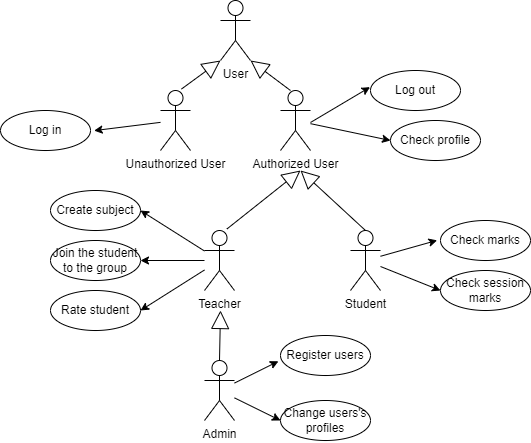
Earlier version of the draw.io export docs/Campus.png (mezidia/User-Interfaces-Design). Source tidied: cells renumbered, new cells last; positions are measured from the earlier drawing's top-left corner, leaving out a move shared by most shapes.
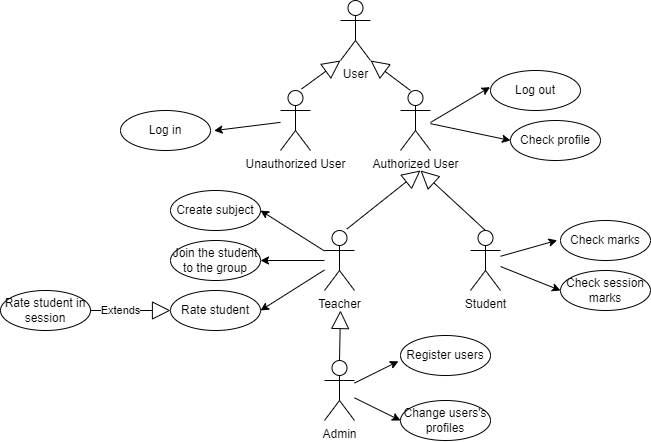
Above is the later version.

Commit message:
📝: add "Rate student in session"

Diff of the diagram source:
```diff
@@ -103,5 +103,11 @@
     <mxCell id="32" value="Rate student" style="ellipse;whiteSpace=wrap;html=1;" parent="1" vertex="1">
       <mxGeometry x="50" y="290" width="90" height="40" as="geometry" />
     </mxCell>
+    <mxCell id="33" value="Rate student in session" style="ellipse;whiteSpace=wrap;html=1;" parent="1" vertex="1">
+      <mxGeometry x="-120" y="290" width="90" height="40" as="geometry" />
+    </mxCell>
+    <mxCell id="34" value="Extends" style="endArrow=block;endSize=16;endFill=0;html=1;rounded=0;entryX=0;entryY=0.5;entryDx=0;entryDy=0;exitX=1;exitY=0.5;exitDx=0;exitDy=0;" parent="1" edge="1" source="33" target="32">
+      <mxGeometry x="-0.25" relative="1" as="geometry" />
+    </mxCell>
   </root>
 </mxGraphModel>
```
